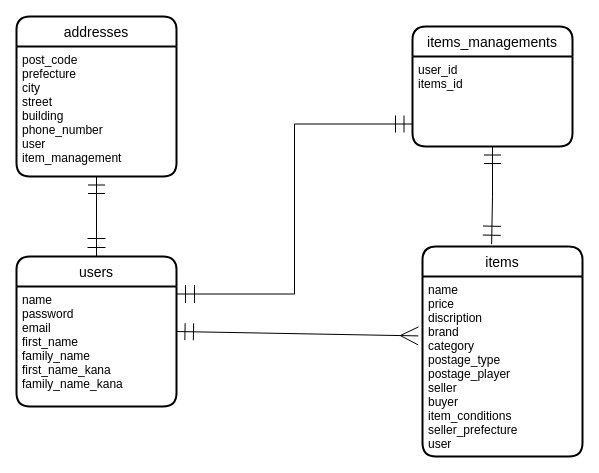
Before: test.dio in hayakawanaotaka/furima-30951, a draw.io diagram. Source tidied: cells renumbered, new cells numbered last; positions are measured from the earlier drawing's top-left corner, leaving out a move shared by most shapes. Both pictures are drawn from the tidied source at 100%, with x=0, y=0 at pixel (16, 16).
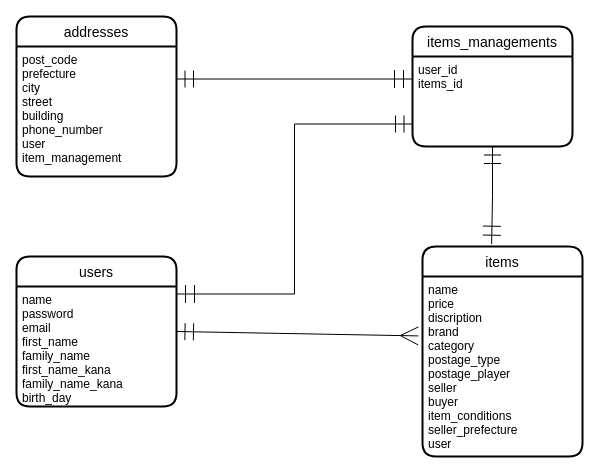
The same page after the edit.

Commit message (it also covers changes not shown here):
コードレビュー後修正３

Diff of the diagram source:
```diff
@@
 <mxGraphModel>
   <root>
     <mxCell id="0" />
     <mxCell id="1" parent="0" />
     <mxCell id="2" style="edgeStyle=orthogonalEdgeStyle;rounded=0;orthogonalLoop=1;jettySize=auto;html=1;exitX=0.75;exitY=0;exitDx=0;exitDy=0;entryX=0.75;entryY=1;entryDx=0;entryDy=0;startArrow=ERmandOne;startFill=0;startSize=15;endArrow=ERmandOne;endFill=0;endSize=16;strokeWidth=1;" parent="1" edge="1">
       <mxGeometry relative="1" as="geometry" />
     </mxCell>
     <mxCell id="3" style="edgeStyle=orthogonalEdgeStyle;rounded=0;orthogonalLoop=1;jettySize=auto;html=1;exitX=1;exitY=0.5;exitDx=0;exitDy=0;entryX=0;entryY=0.25;entryDx=0;entryDy=0;startArrow=ERmandOne;startFill=0;startSize=15;endArrow=ERmany;endFill=0;endSize=16;strokeWidth=1;" parent="1" edge="1">
       <mxGeometry relative="1" as="geometry" />
     </mxCell>
     <mxCell id="4" style="rounded=0;jettySize=auto;html=1;exitX=1;exitY=0.5;exitDx=0;exitDy=0;entryX=-0.026;entryY=0.33;entryDx=0;entryDy=0;entryPerimeter=0;startArrow=ERmandOne;startFill=0;startSize=15;endArrow=ERmany;endFill=0;endSize=16;strokeWidth=1;" parent="1" edge="1" source="5" target="8">
       <mxGeometry relative="1" as="geometry" />
     </mxCell>
     <mxCell id="5" value="users" style="swimlane;horizontal=1;startSize=30;rounded=1;fontSize=14;fontStyle=0;strokeWidth=2;shadow=0;dashed=0;align=center;" parent="1" vertex="1">
       <mxGeometry y="240" width="160" height="150" as="geometry" />
     </mxCell>
-    <mxCell id="6" value="name&#10;password&#10;email&#10;first_name&#10;family_name&#10;first_name_kana&#10;family_name_kana" style="align=left;strokeColor=none;fillColor=none;spacingLeft=4;fontSize=12;verticalAlign=top;" parent="5" vertex="1">
+    <mxCell id="6" value="name&#10;password&#10;email&#10;first_name&#10;family_name&#10;first_name_kana&#10;family_name_kana&#10;birth_day" style="align=left;strokeColor=none;fillColor=none;spacingLeft=4;fontSize=12;verticalAlign=top;" parent="5" vertex="1">
       <mxGeometry y="30" width="160" height="120" as="geometry" />
     </mxCell>
     <mxCell id="7" value="items" style="swimlane;horizontal=1;startSize=30;rounded=1;fontSize=14;fontStyle=0;strokeWidth=2;shadow=0;dashed=0;align=center;" parent="1" vertex="1">
       <mxGeometry x="406" y="230" width="160" height="210" as="geometry" />
     </mxCell>
     <mxCell id="8" value="name&#10;price&#10;discription&#10;brand&#10;category&#10;postage_type&#10;postage_player&#10;seller&#10;buyer&#10;item_conditions&#10;seller_prefecture&#10;user" style="align=left;strokeColor=none;fillColor=none;spacingLeft=4;fontSize=12;verticalAlign=top;" parent="7" vertex="1">
       <mxGeometry y="30" width="160" height="180" as="geometry" />
     </mxCell>
     <mxCell id="9" value="addresses" style="swimlane;horizontal=1;startSize=30;rounded=1;fontSize=14;fontStyle=0;strokeWidth=2;shadow=0;dashed=0;align=center;" parent="1" vertex="1">
       <mxGeometry width="160" height="160" as="geometry" />
     </mxCell>
     <mxCell id="10" value="post_code&#10;prefecture&#10;city&#10;street&#10;building&#10;phone_number&#10;user&#10;item_management" style="align=left;strokeColor=none;fillColor=none;spacingLeft=4;fontSize=12;verticalAlign=top;" parent="9" vertex="1">
       <mxGeometry y="30" width="160" height="130" as="geometry" />
     </mxCell>
     <mxCell id="11" value="items_managements" style="swimlane;horizontal=1;startSize=30;rounded=1;fontSize=14;fontStyle=0;strokeWidth=2;shadow=0;dashed=0;align=center;" parent="1" vertex="1">
       <mxGeometry x="396" y="10" width="160" height="120" as="geometry" />
     </mxCell>
     <mxCell id="12" value="user_id&#10;items_id" style="align=left;strokeColor=none;fillColor=none;spacingLeft=4;fontSize=12;verticalAlign=top;" parent="11" vertex="1">
       <mxGeometry y="30" width="160" height="90" as="geometry" />
     </mxCell>
-    <mxCell id="13" style="edgeStyle=orthogonalEdgeStyle;rounded=0;jettySize=auto;html=1;exitX=0.5;exitY=1;exitDx=0;exitDy=0;entryX=0.5;entryY=0;entryDx=0;entryDy=0;startArrow=ERmandOne;startFill=0;startSize=15;endArrow=ERmandOne;endFill=0;endSize=16;strokeWidth=1;" parent="1" edge="1" source="10" target="5">
+    <mxCell id="13" style="edgeStyle=orthogonalEdgeStyle;rounded=0;jettySize=auto;html=1;exitX=1;exitY=0.25;exitDx=0;exitDy=0;entryX=0;entryY=0.25;entryDx=0;entryDy=0;startArrow=ERmandOne;startFill=0;startSize=15;endArrow=ERmandOne;endFill=0;endSize=16;strokeWidth=1;" parent="1" edge="1" source="10" target="12">
       <mxGeometry relative="1" as="geometry" />
     </mxCell>
     <mxCell id="14" style="edgeStyle=orthogonalEdgeStyle;rounded=0;jettySize=auto;html=1;exitX=0.5;exitY=1;exitDx=0;exitDy=0;entryX=0.432;entryY=-0.011;entryDx=0;entryDy=0;entryPerimeter=0;startArrow=ERmandOne;startFill=0;startSize=15;endArrow=ERmandOne;endFill=0;endSize=16;strokeWidth=1;" parent="1" edge="1" source="12" target="7">
       <mxGeometry relative="1" as="geometry" />
     </mxCell>
     <mxCell id="15" style="edgeStyle=orthogonalEdgeStyle;rounded=0;jettySize=auto;html=1;exitX=0;exitY=0.75;exitDx=0;exitDy=0;entryX=1;entryY=0.25;entryDx=0;entryDy=0;startArrow=ERmandOne;startFill=0;startSize=15;endArrow=ERmandOne;endFill=0;endSize=16;strokeWidth=1;" parent="1" edge="1" source="12" target="5">
       <mxGeometry relative="1" as="geometry" />
     </mxCell>
   </root>
 </mxGraphModel>
```
